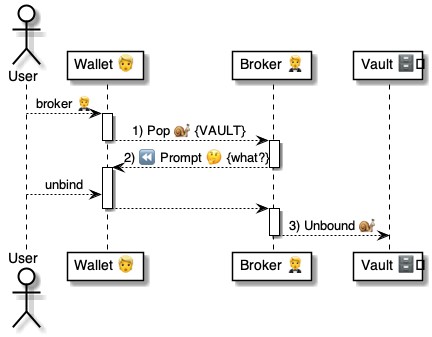
The PlantUML diagram 4 ⚙️ Solution/20 🧑‍🦰 UI/Wallets 🧑‍🦰/🧑‍🦰💬 Wallet chats/...in Vaults 🗄️/Unbind 💬🗄️🤵 /🧑‍🦰 Unbind vault ⚙️ uml.png in pollyweb-org/pollyweb-docs, before a commit. Its source is kept beside it as 4 ⚙️ Solution/20 🧑‍🦰 UI/Wallets 🧑‍🦰/🧑‍🦰💬 Wallet chats/...in Vaults 🗄️/Unbind 💬🗄️🤵 /🧑‍🦰 Unbind vault ⚙️ uml.puml.
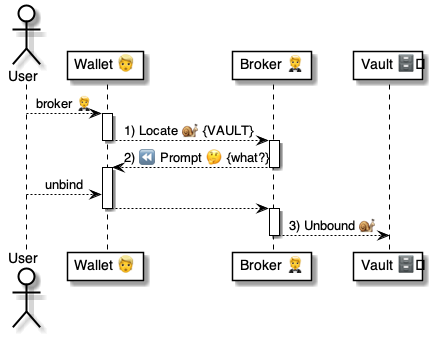
Above is the later version.

What changed in the source:
```diff
@@ -9,7 +9,7 @@
 
 user --> wallet: broker 🤵
 activate wallet
-    wallet --> broker: 1) Pop 🐌 {VAULT}
+    wallet --> broker: 1) Locate 🐌 {VAULT}
 deactivate wallet
 activate broker
     broker --> wallet: 2) ⏪ Prompt 🤔 {what?}
```
